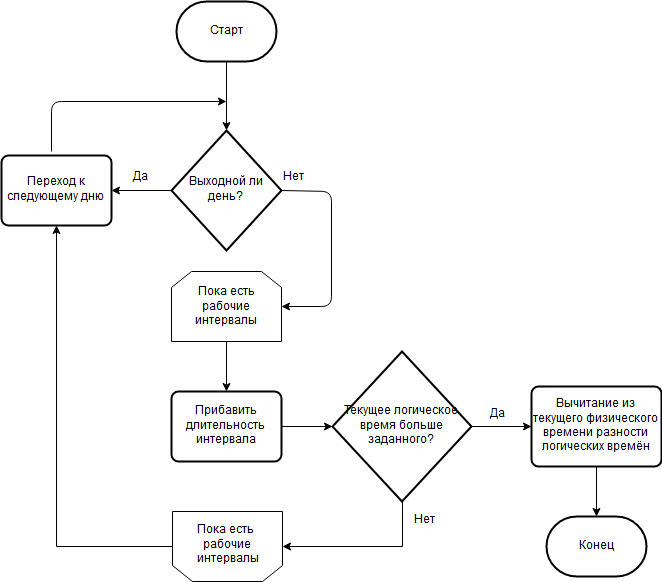
The draw.io diagram pics/scheduleSchema.png in BarneyXF/DiplodocusDeBulbasaur, before a commit. Source tidied: cells renumbered, new cells last; positions are measured from the earlier drawing's top-left corner, leaving out a move shared by most shapes.
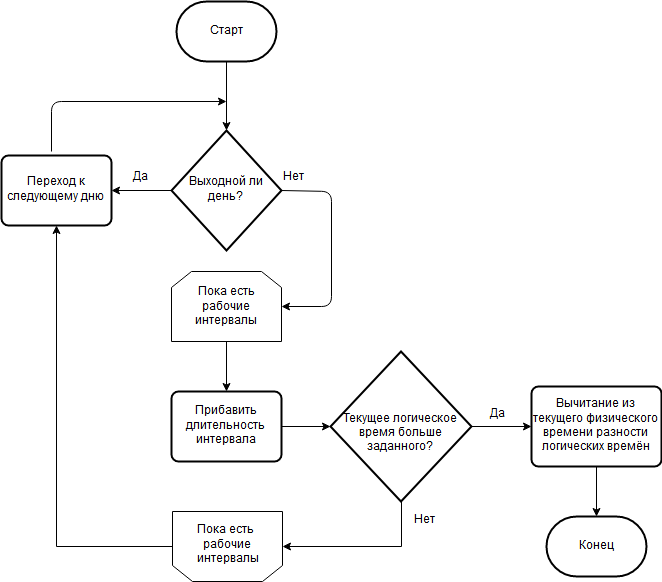
After the change.

Commit message:
Отправка на антиплагиат, исправление списка литературы и схемы отображения

The edit, as a diff of the source:
```diff
@@ -46,8 +46,8 @@
     <mxCell id="12" style="edgeStyle=orthogonalEdgeStyle;rounded=0;jettySize=auto;html=1;exitX=1;exitY=0.5;exitDx=0;exitDy=0;exitPerimeter=0;" parent="1" edge="1" source="13" target="21">
       <mxGeometry relative="1" as="geometry" />
     </mxCell>
-    <mxCell id="13" value="Текущее логическое время больше заданного?" style="strokeWidth=2;html=1;shape=mxgraph.flowchart.decision;whiteSpace=wrap;" parent="1" vertex="1">
-      <mxGeometry x="331" y="350" width="139" height="150" as="geometry" />
+    <mxCell id="13" value="&lt;div&gt;&amp;nbsp;&lt;/div&gt;&lt;div&gt;Текущее логическое время больше заданного?&lt;/div&gt;" style="strokeWidth=2;html=1;shape=mxgraph.flowchart.decision;whiteSpace=wrap;" parent="1" vertex="1">
+      <mxGeometry x="329" y="350" width="141" height="150" as="geometry" />
     </mxCell>
     <mxCell id="14" style="edgeStyle=orthogonalEdgeStyle;rounded=0;jettySize=auto;html=1;exitX=1;exitY=0.5;exitDx=0;exitDy=0;entryX=0;entryY=0.5;entryDx=0;entryDy=0;entryPerimeter=0;" parent="1" edge="1" source="15" target="13">
       <mxGeometry relative="1" as="geometry" />
```
